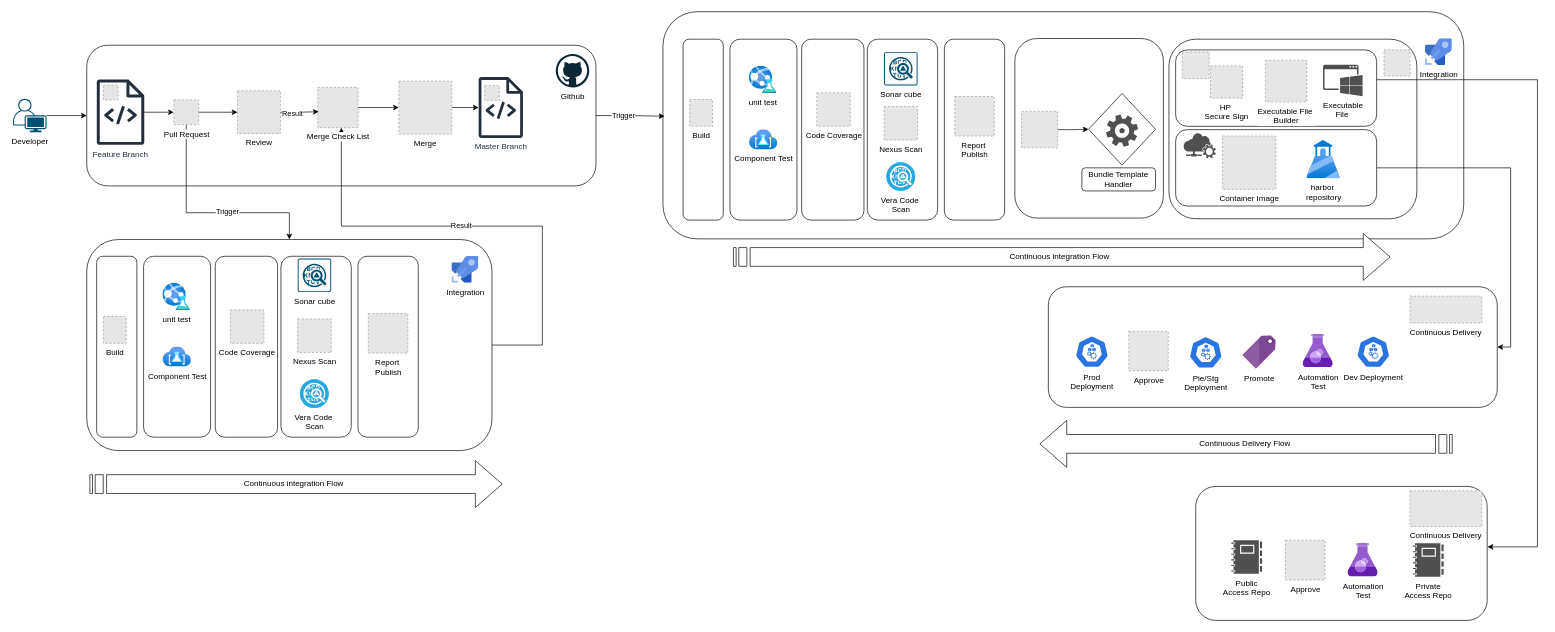
The draw.io diagram cicidflow_new.drawio in RamNull/System_Design, before the edit. Source tidied: cells renumbered, new cells numbered last; positions are measured from the earlier drawing's top-left corner, leaving out a move shared by most shapes. Both pictures are drawn from the tidied source at 67%, with x=0, y=0 at pixel (13, 11). Pictures stored in the file or linked from it are replaced by grey dashed boxes.
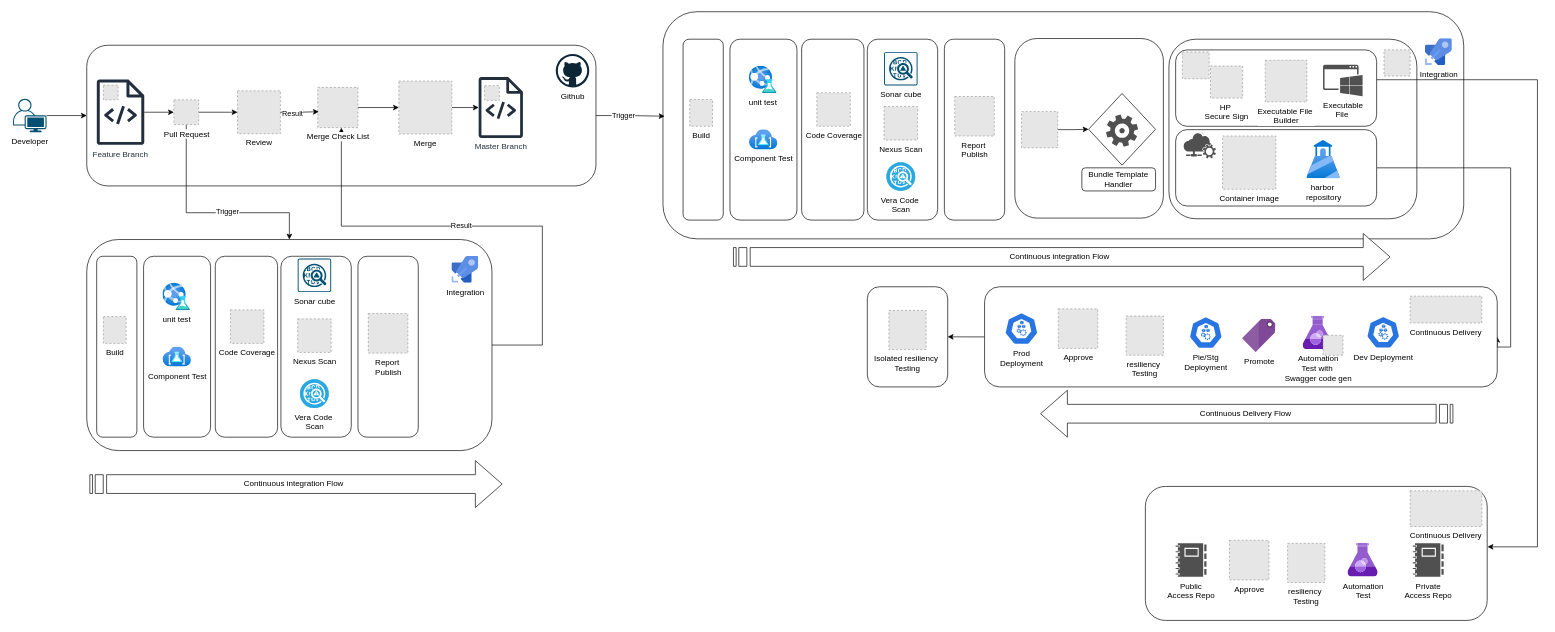
Above is the later version.

The edit, as a diff of the source:
```diff
@@
+    <mxCell id="92" style="edgeStyle=orthogonalEdgeStyle;rounded=0;jettySize=auto;html=1;entryX=1;entryY=0.5;entryDx=0;entryDy=0;" parent="1" edge="1" source="62" target="95">
+      <mxGeometry relative="1" as="geometry" />
+    </mxCell>
     <mxCell id="62" style="rounded=1;whiteSpace=wrap;html=1;" parent="1" vertex="1">
-      <mxGeometry x="1545.2" y="410.5" width="670" height="180" as="geometry" />
+      <mxGeometry x="1450" y="410.5" width="765.2" height="149.5" as="geometry" />
     </mxCell>
@@
     <mxCell id="64" value="Dev Deployment&lt;br&gt;" style="sketch=0;html=1;dashed=0;whitespace=wrap;fillColor=#2875E2;strokeColor=#ffffff;verticalLabelPosition=bottom;align=center;verticalAlign=top;shape=mxgraph.kubernetes.icon;prIcon=node;" parent="1" vertex="1">
-      <mxGeometry x="2005.2" y="483.5" width="50" height="48" as="geometry" />
+      <mxGeometry x="2020" y="454.5" width="50" height="48" as="geometry" />
     </mxCell>
-    <mxCell id="65" value="Automation &lt;br&gt;Test" style="image;sketch=0;html=1;align=center;fontSize=12;image=img/lib/mscae/Azure_Test_Plans.svg;" parent="1" vertex="1">
-      <mxGeometry x="1925.2" y="481.5" width="45" height="50" as="geometry" />
+    <mxCell id="65" value="Automation &lt;br&gt;Test with&amp;nbsp;&lt;br&gt;Swagger code gen" style="image;sketch=0;html=1;align=center;fontSize=12;image=img/lib/mscae/Azure_Test_Plans.svg;" parent="1" vertex="1">
+      <mxGeometry x="1925.2" y="454.2" width="45" height="50" as="geometry" />
     </mxCell>
     <mxCell id="66" value="Promote&lt;br&gt;" style="image;sketch=0;html=1;align=center;fontSize=12;image=img/lib/mscae/Tag.svg;" parent="1" vertex="1">
-      <mxGeometry x="1835.2" y="483.5" width="50" height="50" as="geometry" />
+      <mxGeometry x="1834.8" y="458.5" width="50" height="50" as="geometry" />
     </mxCell>
     <mxCell id="67" value="Pie/Stg &lt;br&gt;Deployment" style="sketch=0;html=1;dashed=0;whitespace=wrap;fillColor=#2875E2;strokeColor=#ffffff;verticalLabelPosition=bottom;align=center;verticalAlign=top;shape=mxgraph.kubernetes.icon;prIcon=node;" parent="1" vertex="1">
-      <mxGeometry x="1755.2" y="484.5" width="50" height="48" as="geometry" />
+      <mxGeometry x="1755.2" y="455" width="50" height="48" as="geometry" />
     </mxCell>
     <mxCell id="68" value="Approve" style="fillColor=#E6E6E6;strokeColor=#999999;dashed=1;html=1;verticalAlign=top;verticalLabelPosition=bottom;labelBackgroundColor=#ffffff;" parent="1" vertex="1">
-      <mxGeometry x="1665.2" y="477" width="59" height="59" as="geometry" />
+      <mxGeometry x="1560" y="443.5" width="59" height="59" as="geometry" />
     </mxCell>
     <mxCell id="69" value="Prod &lt;br&gt;Deployment" style="sketch=0;html=1;dashed=0;whitespace=wrap;fillColor=#2875E2;strokeColor=#ffffff;verticalLabelPosition=bottom;align=center;verticalAlign=top;shape=mxgraph.kubernetes.icon;prIcon=node;" parent="1" vertex="1">
-      <mxGeometry x="1585.2" y="483.5" width="50" height="48" as="geometry" />
+      <mxGeometry x="1480" y="449" width="50" height="48" as="geometry" />
     </mxCell>
@@
     <mxCell id="71" value="Continuous Delivery Flow&amp;nbsp;" style="html=1;shadow=0;dashed=0;align=center;verticalAlign=middle;shape=mxgraph.arrows2.stripedArrow;dy=0.6;dx=40;notch=25;direction=west;" parent="1" vertex="1">
-      <mxGeometry x="1532.6" y="610" width="615.4" height="70" as="geometry" />
+      <mxGeometry x="1533.6" y="565" width="615.4" height="70" as="geometry" />
     </mxCell>
@@
     <mxCell id="74" style="rounded=1;whiteSpace=wrap;html=1;" parent="1" vertex="1">
-      <mxGeometry x="1765.2" y="708.5" width="435" height="200" as="geometry" />
+      <mxGeometry x="1690" y="708.5" width="510.2" height="200" as="geometry" />
     </mxCell>
@@
     <mxCell id="78" value="Public&lt;br&gt;Access Repo" style="sketch=0;shadow=0;dashed=0;html=1;strokeColor=none;labelPosition=center;verticalLabelPosition=bottom;verticalAlign=top;align=center;fillColor=#505050;shape=mxgraph.mscae.intune.reports;" parent="1" vertex="1">
-      <mxGeometry x="1818.2" y="789" width="46" height="50" as="geometry" />
+      <mxGeometry x="1735.2" y="793.5" width="46" height="50" as="geometry" />
     </mxCell>
     <mxCell id="79" value="Approve" style="fillColor=#E6E6E6;strokeColor=#999999;dashed=1;html=1;verticalAlign=top;verticalLabelPosition=bottom;labelBackgroundColor=#ffffff;" parent="1" vertex="1">
-      <mxGeometry x="1899" y="789" width="59" height="59" as="geometry" />
+      <mxGeometry x="1815.5" y="789" width="59" height="59" as="geometry" />
     </mxCell>
@@
+    <mxCell id="93" value="resiliency &#10;Testing" style="fillColor=#E6E6E6;strokeColor=#999999;dashed=1;verticalLabelPosition=bottom;labelBackgroundColor=default;verticalAlign=top;" parent="1" vertex="1">
+      <mxGeometry x="1661.3" y="454.2" width="55.6" height="58.5" as="geometry" />
+    </mxCell>
+    <mxCell id="94" value="resiliency &#10;Testing" style="fillColor=#E6E6E6;strokeColor=#999999;dashed=1;verticalLabelPosition=bottom;labelBackgroundColor=default;verticalAlign=top;" parent="1" vertex="1">
+      <mxGeometry x="1902.3" y="793.5" width="55.6" height="58.5" as="geometry" />
+    </mxCell>
+    <mxCell id="95" style="rounded=1;whiteSpace=wrap;html=1;" parent="1" vertex="1">
+      <mxGeometry x="1275" y="410.5" width="120" height="149.5" as="geometry" />
+    </mxCell>
+    <mxCell id="96" value="Isolated resiliency &#10;Testing" style="fillColor=#E6E6E6;strokeColor=#999999;dashed=1;verticalLabelPosition=bottom;labelBackgroundColor=default;verticalAlign=top;" parent="1" vertex="1">
+      <mxGeometry x="1307.2" y="445.8" width="55.6" height="58.5" as="geometry" />
+    </mxCell>
+    <mxCell id="97" style="fillColor=#E6E6E6;strokeColor=#999999;dashed=1;verticalLabelPosition=bottom;labelBackgroundColor=default;verticalAlign=top;" parent="1" vertex="1">
+      <mxGeometry x="1955.2" y="482.8" width="29.8" height="30" as="geometry" />
+    </mxCell>
```
